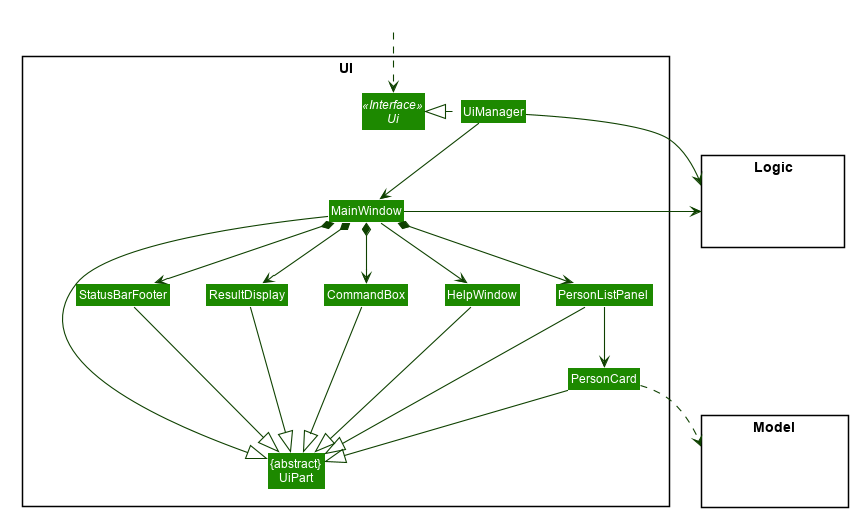
nus-cs2103-AY2021S2/tp keeps this PlantUML diagram as docs/images/UiClassDiagram.png. Above is the earlier version.
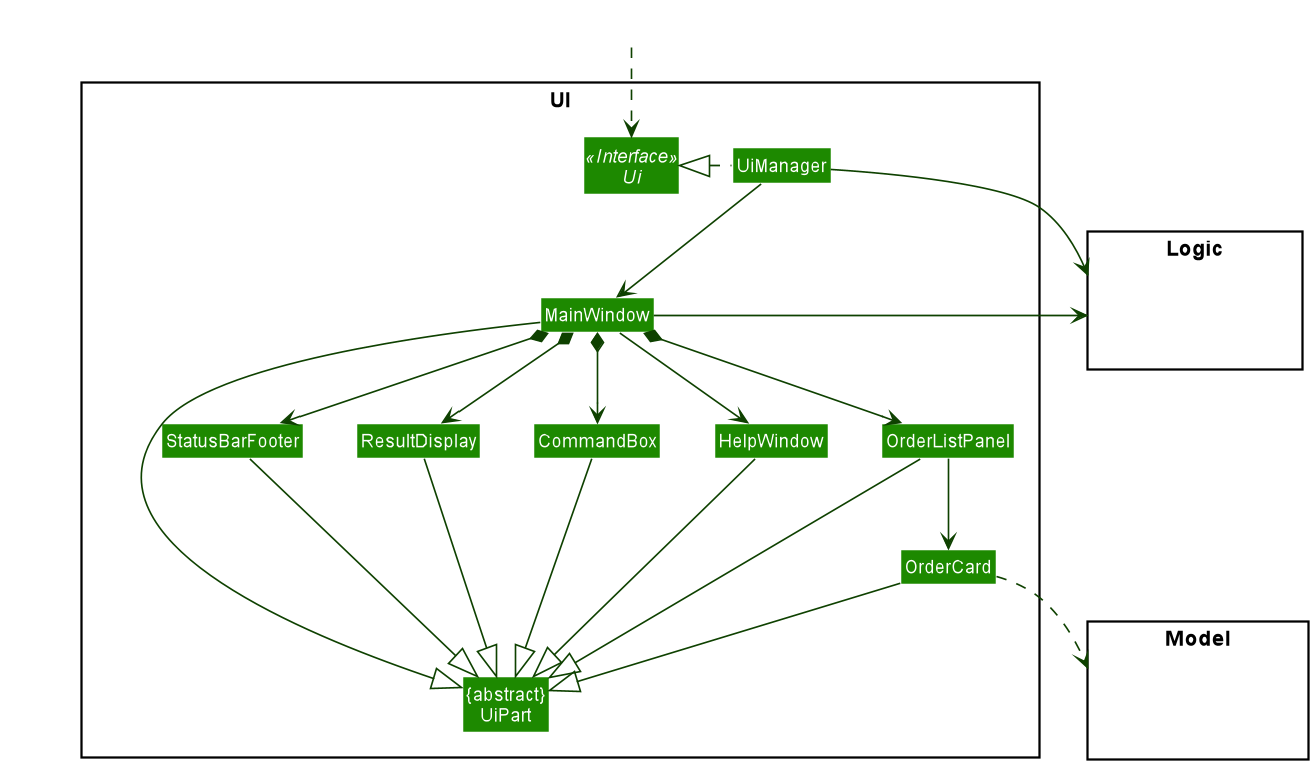
The same file after the commit.

Change to the diagram source:
```diff
@@ -1,55 +1,8 @@
 @startuml
-
-
-
-
-
-
-
-
-skinparam BackgroundColor #FFFFFFF
-
-skinparam Shadowing false
-
-skinparam Class {
-    FontColor #FFFFFF
-    BorderThickness 1
-    BorderColor #FFFFFF
-    StereotypeFontColor #FFFFFF
-    FontName Arial
-}
-
-skinparam Actor {
-    BorderColor #000000
-    Color #000000
-    FontName Arial
-}
-
-skinparam Sequence {
-    MessageAlign center
-    BoxFontSize 15
-    BoxPadding 0
-    BoxFontColor #FFFFFF
-    FontName Arial
-}
-
-skinparam Participant {
-    FontColor #FFFFFFF
-    Padding 20
-}
-
-skinparam MinClassWidth 50
-skinparam ParticipantPadding 10
-skinparam Shadowing false
-skinparam DefaultTextAlignment center
-skinparam packageStyle Rectangle
-
-hide footbox
-hide members
-hide circle
+!include style.puml
 skinparam arrowThickness 1.1
-skinparam arrowColor #0E4100
-skinparam classBackgroundColor #1D8900
+skinparam arrowColor UI_COLOR_T4
+skinparam classBackgroundColor UI_COLOR
 
 package UI <<Rectangle>>{
 Interface Ui <<Interface>>
@@ -58,8 +11,8 @@
 Class MainWindow
 Class HelpWindow
 Class ResultDisplay
-Class PersonListPanel
-Class PersonCard
+Class OrderListPanel
+Class OrderCard
 Class StatusBarFooter
 Class CommandBox
 }
@@ -80,25 +33,25 @@
 MainWindow --> HelpWindow
 MainWindow *-down-> CommandBox
 MainWindow *-down-> ResultDisplay
-MainWindow *-down-> PersonListPanel
+MainWindow *-down-> OrderListPanel
 MainWindow *-down-> StatusBarFooter
 
-PersonListPanel -down-> PersonCard
+OrderListPanel -down-> OrderCard
 
 MainWindow -left-|> UiPart
 
 ResultDisplay --|> UiPart
 CommandBox --|> UiPart
-PersonListPanel --|> UiPart
-PersonCard --|> UiPart
+OrderListPanel --|> UiPart
+OrderCard --|> UiPart
 StatusBarFooter --|> UiPart
 HelpWindow -down-|> UiPart
 
-PersonCard ..> Model
+OrderCard ..> Model
 UiManager -right-> Logic
 MainWindow -left-> Logic
 
-PersonListPanel -[hidden]left- HelpWindow
+OrderListPanel -[hidden]left- HelpWindow
 HelpWindow -[hidden]left- CommandBox
 CommandBox -[hidden]left- ResultDisplay
 ResultDisplay -[hidden]left- StatusBarFooter
```
